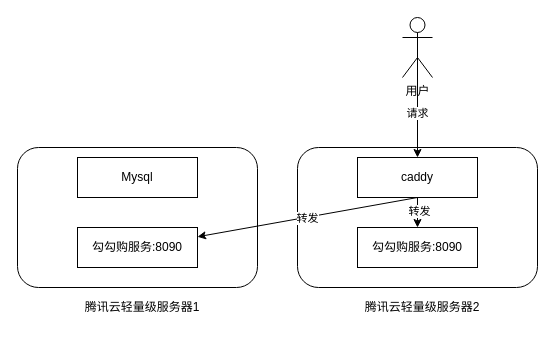
Before: 勾勾购caddy集群架构.drawio in yz19930826/pics, a draw.io diagram. Source tidied: cells renumbered, new cells numbered last; positions are measured from the earlier drawing's top-left corner, leaving out a move shared by most shapes. Both pictures are drawn from the tidied source at 100%, with x=0, y=0 at pixel (17, 17).
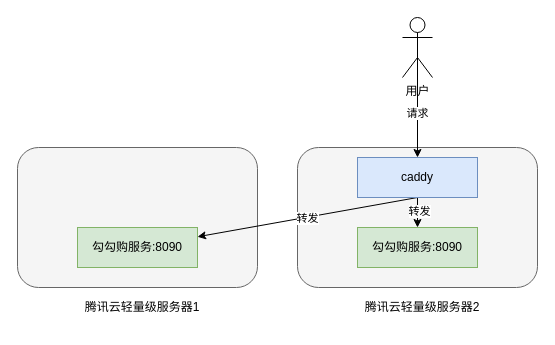
After the change.

Commit message (it also covers changes not shown here):
更新勾勾购caddy集群架构.drawio

Change to the diagram source:
```diff
@@
 <mxGraphModel>
   <root>
     <mxCell id="0" />
     <mxCell id="1" parent="0" />
-    <mxCell id="2" style="rounded=1;whiteSpace=wrap;html=1;" parent="1" vertex="1">
+    <mxCell id="2" style="rounded=1;whiteSpace=wrap;html=1;fillColor=#f5f5f5;fontColor=#333333;strokeColor=#666666;" parent="1" vertex="1">
       <mxGeometry y="130" width="240" height="140" as="geometry" />
     </mxCell>
-    <mxCell id="3" style="rounded=1;whiteSpace=wrap;html=1;" parent="1" vertex="1">
+    <mxCell id="3" style="rounded=1;whiteSpace=wrap;html=1;fillColor=#f5f5f5;fontColor=#333333;strokeColor=#666666;" parent="1" vertex="1">
       <mxGeometry x="280" y="130" width="240" height="140" as="geometry" />
     </mxCell>
     <mxCell id="4" style="edgeStyle=orthogonalEdgeStyle;rounded=0;jettySize=auto;html=1;exitX=0.5;exitY=1;exitDx=0;exitDy=0;" parent="1" edge="1" source="8" target="12">
       <mxGeometry relative="1" as="geometry" />
     </mxCell>
     <mxCell id="5" value="转发" style="edgeLabel;html=1;align=center;verticalAlign=middle;" parent="4" vertex="1">
       <mxGeometry x="0.31" y="1" relative="1" as="geometry" />
     </mxCell>
     <mxCell id="6" style="rounded=0;jettySize=auto;html=1;exitX=0.5;exitY=1;exitDx=0;exitDy=0;" parent="1" edge="1" source="8" target="11">
       <mxGeometry relative="1" as="geometry" />
     </mxCell>
     <mxCell id="7" value="转发" style="edgeLabel;html=1;align=center;verticalAlign=middle;" parent="6" vertex="1">
       <mxGeometry y="1" relative="1" as="geometry" />
     </mxCell>
-    <mxCell id="8" value="caddy" style="rounded=0;whiteSpace=wrap;html=1;" parent="1" vertex="1">
+    <mxCell id="8" value="caddy" style="rounded=0;whiteSpace=wrap;html=1;fillColor=#dae8fc;strokeColor=#6c8ebf;" parent="1" vertex="1">
       <mxGeometry x="340" y="140" width="120" height="40" as="geometry" />
     </mxCell>
     <mxCell id="9" value="腾讯云轻量级服务器1" style="text;html=1;align=center;verticalAlign=middle;whiteSpace=wrap;rounded=0;" parent="1" vertex="1">
       <mxGeometry x="20" y="270" width="210" height="40" as="geometry" />
     </mxCell>
     <mxCell id="10" value="腾讯云轻量级服务器2" style="text;html=1;align=center;verticalAlign=middle;whiteSpace=wrap;rounded=0;" parent="1" vertex="1">
       <mxGeometry x="300" y="270" width="210" height="40" as="geometry" />
     </mxCell>
-    <mxCell id="11" value="勾勾购服务:8090" style="rounded=0;whiteSpace=wrap;html=1;" parent="1" vertex="1">
+    <mxCell id="11" value="勾勾购服务:8090" style="rounded=0;whiteSpace=wrap;html=1;fillColor=#d5e8d4;strokeColor=#82b366;" parent="1" vertex="1">
       <mxGeometry x="60" y="210" width="120" height="40" as="geometry" />
     </mxCell>
-    <mxCell id="12" value="勾勾购服务:8090" style="rounded=0;whiteSpace=wrap;html=1;align=center;" parent="1" vertex="1">
+    <mxCell id="12" value="勾勾购服务:8090" style="rounded=0;whiteSpace=wrap;html=1;align=center;fillColor=#d5e8d4;strokeColor=#82b366;" parent="1" vertex="1">
       <mxGeometry x="340" y="210" width="120" height="40" as="geometry" />
     </mxCell>
-    <mxCell id="13" value="Mysql" style="rounded=0;whiteSpace=wrap;html=1;" parent="1" vertex="1">
-      <mxGeometry x="60" y="140" width="120" height="40" as="geometry" />
-    </mxCell>
     <mxCell id="14" style="edgeStyle=orthogonalEdgeStyle;rounded=0;jettySize=auto;html=1;exitX=0.5;exitY=0.5;exitDx=0;exitDy=0;exitPerimeter=0;entryX=0.5;entryY=0;entryDx=0;entryDy=0;" parent="1" edge="1" source="16" target="8">
       <mxGeometry relative="1" as="geometry" />
     </mxCell>
     <mxCell id="15" value="请求" style="edgeLabel;html=1;align=center;verticalAlign=middle;" parent="14" vertex="1">
       <mxGeometry x="0.18" y="-1" relative="1" as="geometry" />
     </mxCell>
     <mxCell id="16" value="用户" style="shape=umlActor;verticalLabelPosition=bottom;verticalAlign=top;html=1;outlineConnect=0;" parent="1" vertex="1">
       <mxGeometry x="385" width="30" height="60" as="geometry" />
     </mxCell>
   </root>
 </mxGraphModel>
```
